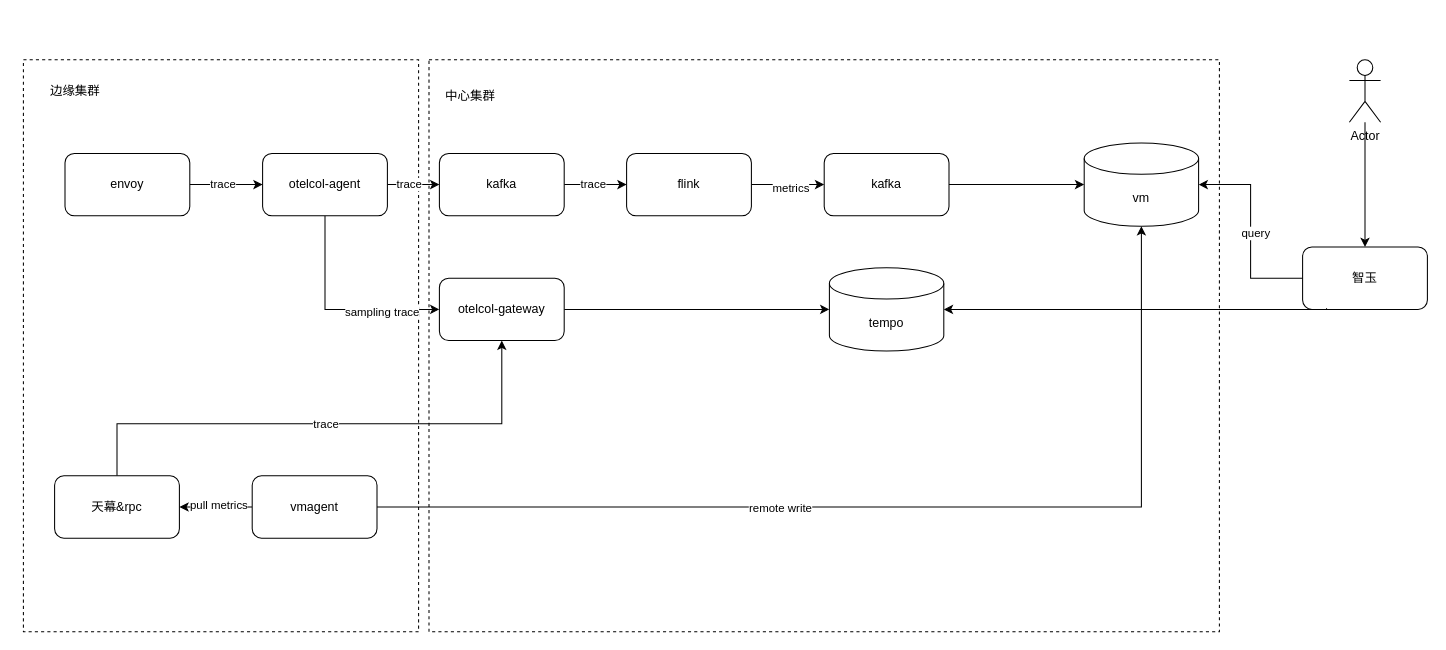
Earlier version of the draw.io diagram 可观测.drawio (leiwingqueen/draw-io). Source tidied: cells renumbered, new cells numbered last; positions are measured from the earlier drawing's top-left corner, leaving out a move shared by most shapes. Both pictures are drawn from the tidied source at 104%, with x=0, y=0 at pixel (23, 59).
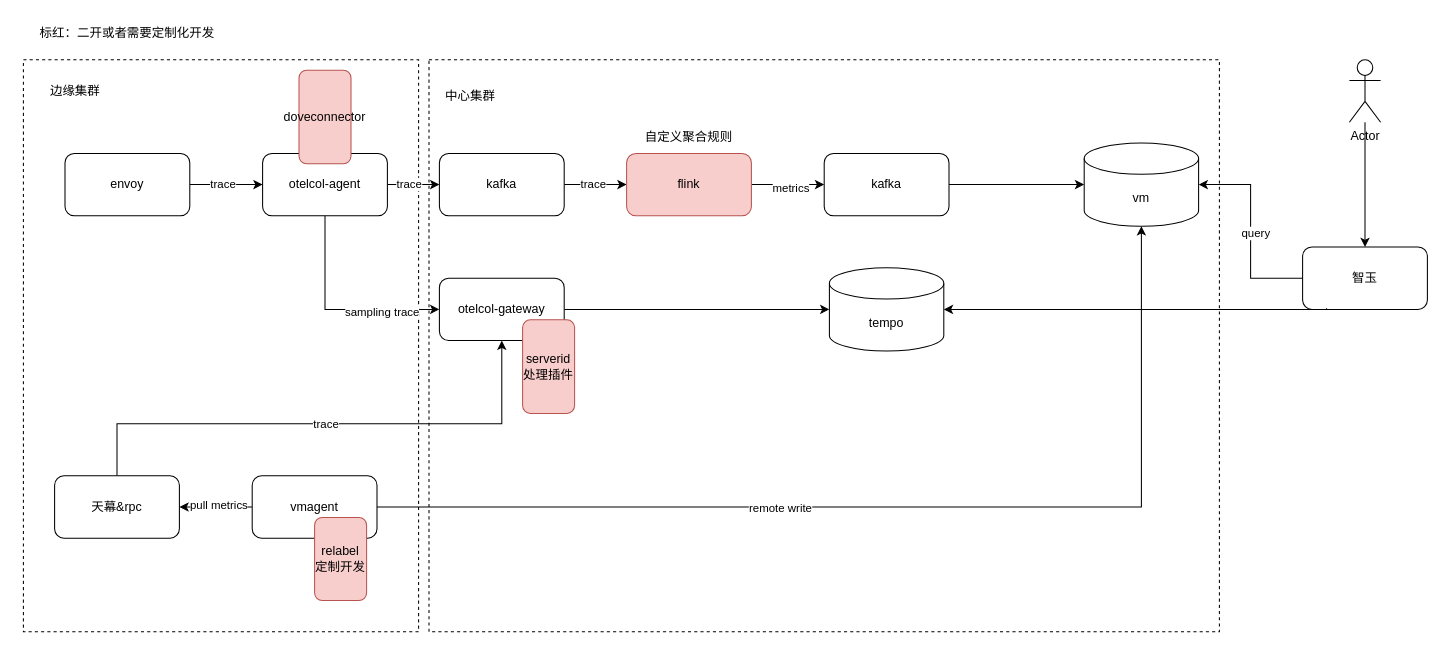
The same page after the edit.

Commit message:
更新可观测.drawio

The edit, as a diff of the source:
```diff
@@
-    <mxCell id="17" value="flink" style="rounded=1;whiteSpace=wrap;html=1;" parent="1" vertex="1">
+    <mxCell id="17" value="flink" style="rounded=1;whiteSpace=wrap;html=1;fillColor=#f8cecc;strokeColor=#b85450;" parent="1" vertex="1">
       <mxGeometry x="580" y="90" width="120" height="60" as="geometry" />
     </mxCell>
@@
+    <mxCell id="40" value="relabel定制开发" style="rounded=1;whiteSpace=wrap;html=1;fillColor=#f8cecc;strokeColor=#b85450;" parent="1" vertex="1">
+      <mxGeometry x="280" y="440" width="50" height="80" as="geometry" />
+    </mxCell>
+    <mxCell id="41" value="serverid处理插件" style="rounded=1;whiteSpace=wrap;html=1;fillColor=#f8cecc;strokeColor=#b85450;" parent="1" vertex="1">
+      <mxGeometry x="480" y="250" width="50" height="90" as="geometry" />
+    </mxCell>
+    <mxCell id="42" value="doveconnector" style="rounded=1;whiteSpace=wrap;html=1;fillColor=#f8cecc;strokeColor=#b85450;" parent="1" vertex="1">
+      <mxGeometry x="265" y="10" width="50" height="90" as="geometry" />
+    </mxCell>
+    <mxCell id="43" value="自定义聚合规则" style="text;html=1;align=center;verticalAlign=middle;whiteSpace=wrap;rounded=0;" parent="1" vertex="1">
+      <mxGeometry x="590" y="60" width="100" height="30" as="geometry" />
+    </mxCell>
+    <mxCell id="44" value="标红：二开或者需要定制化开发" style="text;html=1;align=center;verticalAlign=middle;whiteSpace=wrap;rounded=0;" parent="1" vertex="1">
+      <mxGeometry x="-5" y="-40" width="210" height="30" as="geometry" />
+    </mxCell>
```
